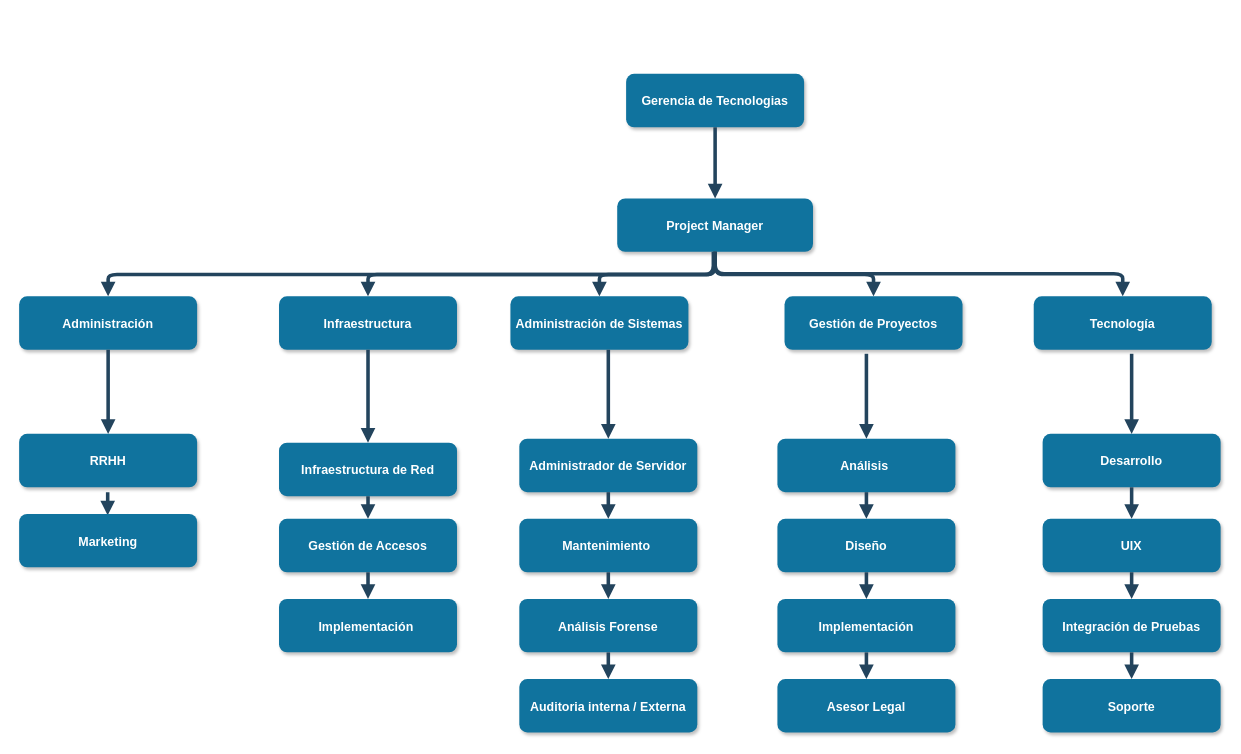
Before: Diagrama sin título.drawio in jramose2/Redes, a draw.io diagram. Source tidied: cells renumbered, new cells numbered last; positions are measured from the earlier drawing's top-left corner, leaving out a move shared by most shapes. Both pictures are drawn from the tidied source at 89%, with x=0, y=0 at pixel (-143, 74).
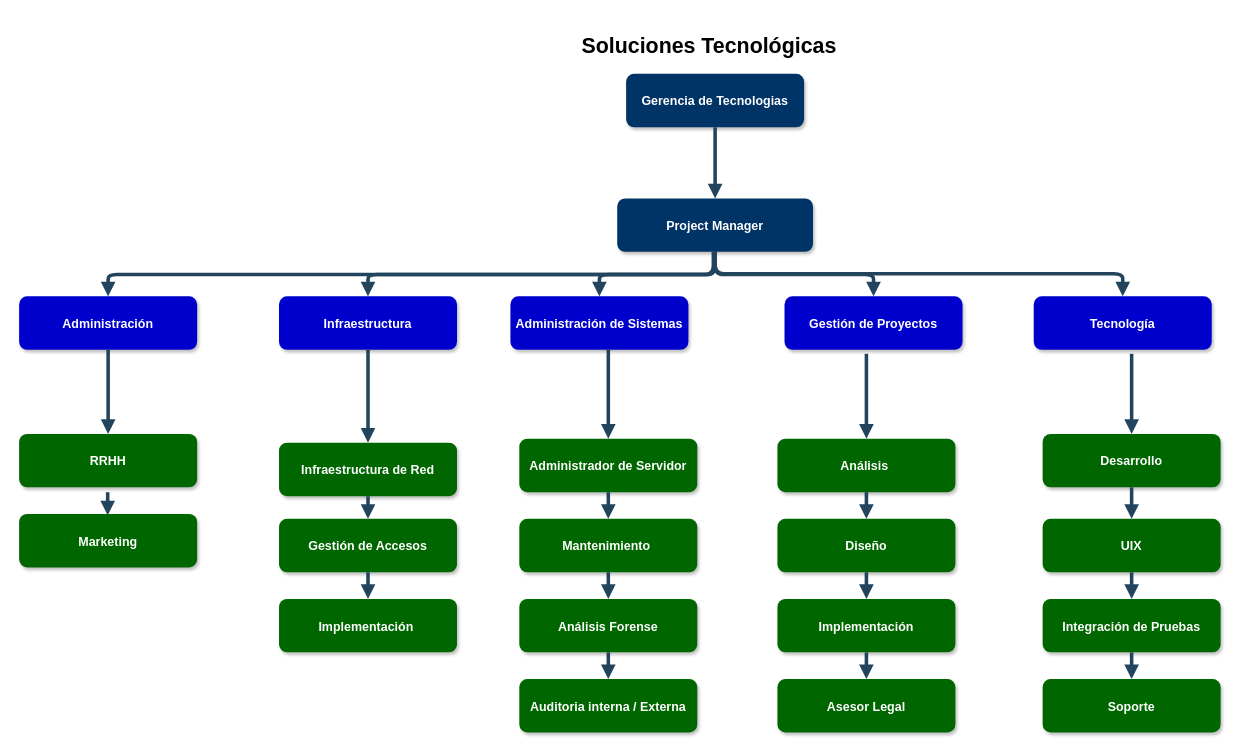
The same diagram, later.

What changed in the source:
```diff
@@
-    <mxCell id="2" value="Gerencia de Tecnologias" style="rounded=1;fillColor=#10739E;strokeColor=none;shadow=1;gradientColor=none;fontStyle=1;fontColor=#FFFFFF;fontSize=14;" parent="1" vertex="1">
+    <mxCell id="2" value="Gerencia de Tecnologias" style="rounded=1;fillColor=#003366;strokeColor=none;shadow=1;gradientColor=none;fontStyle=1;fontColor=#FFFFFF;fontSize=14;" parent="1" vertex="1">
       <mxGeometry x="864" y="-0.5" width="200" height="60" as="geometry" />
     </mxCell>
-    <mxCell id="3" value="Project Manager" style="rounded=1;fillColor=#10739E;strokeColor=none;shadow=1;gradientColor=none;fontStyle=1;fontColor=#FFFFFF;fontSize=14;" parent="1" vertex="1">
+    <mxCell id="3" value="Project Manager" style="rounded=1;fillColor=#003366;strokeColor=none;shadow=1;gradientColor=none;fontStyle=1;fontColor=#FFFFFF;fontSize=14;" parent="1" vertex="1">
       <mxGeometry x="854" y="139.5" width="220" height="60" as="geometry" />
     </mxCell>
-    <mxCell id="4" value="Infraestructura" style="rounded=1;fillColor=#10739E;strokeColor=none;shadow=1;gradientColor=none;fontStyle=1;fontColor=#FFFFFF;fontSize=14;" parent="1" vertex="1">
+    <mxCell id="4" value="Infraestructura" style="rounded=1;fillColor=#0000CC;strokeColor=none;shadow=1;gradientColor=none;fontStyle=1;fontColor=#FFFFFF;fontSize=14;" parent="1" vertex="1">
       <mxGeometry x="474" y="249.5" width="200" height="60" as="geometry" />
     </mxCell>
-    <mxCell id="5" value="Administración de Sistemas" style="rounded=1;fillColor=#10739E;strokeColor=none;shadow=1;gradientColor=none;fontStyle=1;fontColor=#FFFFFF;fontSize=14;" parent="1" vertex="1">
+    <mxCell id="5" value="Administración de Sistemas" style="rounded=1;fillColor=#0000CC;strokeColor=none;shadow=1;gradientColor=none;fontStyle=1;fontColor=#FFFFFF;fontSize=14;" parent="1" vertex="1">
       <mxGeometry x="734" y="249.5" width="200" height="60" as="geometry" />
     </mxCell>
-    <mxCell id="6" value="Gestión de Proyectos" style="rounded=1;fillColor=#10739E;strokeColor=none;shadow=1;gradientColor=none;fontStyle=1;fontColor=#FFFFFF;fontSize=14;" parent="1" vertex="1">
+    <mxCell id="6" value="Gestión de Proyectos" style="rounded=1;fillColor=#0000CC;strokeColor=none;shadow=1;gradientColor=none;fontStyle=1;fontColor=#FFFFFF;fontSize=14;" parent="1" vertex="1">
       <mxGeometry x="1042" y="249.5" width="200" height="60" as="geometry" />
     </mxCell>
-    <mxCell id="7" value="Infraestructura de Red" style="rounded=1;fillColor=#10739E;strokeColor=none;shadow=1;gradientColor=none;fontStyle=1;fontColor=#FFFFFF;fontSize=14;" parent="1" vertex="1">
+    <mxCell id="7" value="Infraestructura de Red" style="rounded=1;fillColor=#006600;strokeColor=none;shadow=1;gradientColor=none;fontStyle=1;fontColor=#FFFFFF;fontSize=14;" parent="1" vertex="1">
       <mxGeometry x="474" y="414" width="200" height="60" as="geometry" />
     </mxCell>
-    <mxCell id="8" value="Gestión de Accesos" style="rounded=1;fillColor=#10739E;strokeColor=none;shadow=1;gradientColor=none;fontStyle=1;fontColor=#FFFFFF;fontSize=14;" parent="1" vertex="1">
+    <mxCell id="8" value="Gestión de Accesos" style="rounded=1;fillColor=#006600;strokeColor=none;shadow=1;gradientColor=none;fontStyle=1;fontColor=#FFFFFF;fontSize=14;" parent="1" vertex="1">
       <mxGeometry x="474" y="499.5" width="200" height="60" as="geometry" />
     </mxCell>
-    <mxCell id="9" value="Implementación " style="rounded=1;fillColor=#10739E;strokeColor=none;shadow=1;gradientColor=none;fontStyle=1;fontColor=#FFFFFF;fontSize=14;" parent="1" vertex="1">
+    <mxCell id="9" value="Implementación " style="rounded=1;fillColor=#006600;strokeColor=none;shadow=1;gradientColor=none;fontStyle=1;fontColor=#FFFFFF;fontSize=14;" parent="1" vertex="1">
       <mxGeometry x="474" y="589.5" width="200" height="60" as="geometry" />
     </mxCell>
-    <mxCell id="10" value="Administrador de Servidor" style="rounded=1;fillColor=#10739E;strokeColor=none;shadow=1;gradientColor=none;fontStyle=1;fontColor=#FFFFFF;fontSize=14;" parent="1" vertex="1">
+    <mxCell id="10" value="Administrador de Servidor" style="rounded=1;fillColor=#006600;strokeColor=none;shadow=1;gradientColor=none;fontStyle=1;fontColor=#FFFFFF;fontSize=14;" parent="1" vertex="1">
       <mxGeometry x="744" y="409.5" width="200" height="60" as="geometry" />
     </mxCell>
-    <mxCell id="11" value="Mantenimiento " style="rounded=1;fillColor=#10739E;strokeColor=none;shadow=1;gradientColor=none;fontStyle=1;fontColor=#FFFFFF;fontSize=14;" parent="1" vertex="1">
+    <mxCell id="11" value="Mantenimiento " style="rounded=1;fillColor=#006600;strokeColor=none;shadow=1;gradientColor=none;fontStyle=1;fontColor=#FFFFFF;fontSize=14;" parent="1" vertex="1">
       <mxGeometry x="744" y="499.5" width="200" height="60" as="geometry" />
     </mxCell>
-    <mxCell id="12" value="Análisis Forense" style="rounded=1;fillColor=#10739E;strokeColor=none;shadow=1;gradientColor=none;fontStyle=1;fontColor=#FFFFFF;fontSize=14;" parent="1" vertex="1">
+    <mxCell id="12" value="Análisis Forense" style="rounded=1;fillColor=#006600;strokeColor=none;shadow=1;gradientColor=none;fontStyle=1;fontColor=#FFFFFF;fontSize=14;" parent="1" vertex="1">
       <mxGeometry x="744" y="589.5" width="200" height="60" as="geometry" />
     </mxCell>
-    <mxCell id="13" value="Auditoria interna / Externa" style="rounded=1;fillColor=#10739E;strokeColor=none;shadow=1;gradientColor=none;fontStyle=1;fontColor=#FFFFFF;fontSize=14;" parent="1" vertex="1">
+    <mxCell id="13" value="Auditoria interna / Externa" style="rounded=1;fillColor=#006600;strokeColor=none;shadow=1;gradientColor=none;fontStyle=1;fontColor=#FFFFFF;fontSize=14;" parent="1" vertex="1">
       <mxGeometry x="744" y="679.5" width="200" height="60" as="geometry" />
     </mxCell>
-    <mxCell id="14" value="Análisis " style="rounded=1;fillColor=#10739E;strokeColor=none;shadow=1;gradientColor=none;fontStyle=1;fontColor=#FFFFFF;fontSize=14;" parent="1" vertex="1">
+    <mxCell id="14" value="Análisis " style="rounded=1;fillColor=#006600;strokeColor=none;shadow=1;gradientColor=none;fontStyle=1;fontColor=#FFFFFF;fontSize=14;" parent="1" vertex="1">
       <mxGeometry x="1034" y="409.5" width="200" height="60" as="geometry" />
     </mxCell>
-    <mxCell id="15" value="Diseño" style="rounded=1;fillColor=#10739E;strokeColor=none;shadow=1;gradientColor=none;fontStyle=1;fontColor=#FFFFFF;fontSize=14;" parent="1" vertex="1">
+    <mxCell id="15" value="Diseño" style="rounded=1;fillColor=#006600;strokeColor=none;shadow=1;gradientColor=none;fontStyle=1;fontColor=#FFFFFF;fontSize=14;" parent="1" vertex="1">
       <mxGeometry x="1034" y="499.5" width="200" height="60" as="geometry" />
     </mxCell>
-    <mxCell id="16" value="Implementación" style="rounded=1;fillColor=#10739E;strokeColor=none;shadow=1;gradientColor=none;fontStyle=1;fontColor=#FFFFFF;fontSize=14;" parent="1" vertex="1">
+    <mxCell id="16" value="Implementación" style="rounded=1;fillColor=#006600;strokeColor=none;shadow=1;gradientColor=none;fontStyle=1;fontColor=#FFFFFF;fontSize=14;" parent="1" vertex="1">
       <mxGeometry x="1034" y="589.5" width="200" height="60" as="geometry" />
     </mxCell>
-    <mxCell id="17" value="Asesor Legal" style="rounded=1;fillColor=#10739E;strokeColor=none;shadow=1;gradientColor=none;fontStyle=1;fontColor=#FFFFFF;fontSize=14;" parent="1" vertex="1">
+    <mxCell id="17" value="Asesor Legal" style="rounded=1;fillColor=#006600;strokeColor=none;shadow=1;gradientColor=none;fontStyle=1;fontColor=#FFFFFF;fontSize=14;" parent="1" vertex="1">
       <mxGeometry x="1034" y="679.5" width="200" height="60" as="geometry" />
     </mxCell>
-    <mxCell id="18" value="Desarrollo" style="rounded=1;fillColor=#10739E;strokeColor=none;shadow=1;gradientColor=none;fontStyle=1;fontColor=#FFFFFF;fontSize=14;" parent="1" vertex="1">
+    <mxCell id="18" value="Desarrollo" style="rounded=1;fillColor=#006600;strokeColor=none;shadow=1;gradientColor=none;fontStyle=1;fontColor=#FFFFFF;fontSize=14;" parent="1" vertex="1">
       <mxGeometry x="1332" y="404" width="200" height="60" as="geometry" />
     </mxCell>
-    <mxCell id="19" value="UIX" style="rounded=1;fillColor=#10739E;strokeColor=none;shadow=1;gradientColor=none;fontStyle=1;fontColor=#FFFFFF;fontSize=14;" parent="1" vertex="1">
+    <mxCell id="19" value="UIX" style="rounded=1;fillColor=#006600;strokeColor=none;shadow=1;gradientColor=none;fontStyle=1;fontColor=#FFFFFF;fontSize=14;" parent="1" vertex="1">
       <mxGeometry x="1332" y="499.5" width="200" height="60" as="geometry" />
     </mxCell>
-    <mxCell id="20" value="Integración de Pruebas" style="rounded=1;fillColor=#10739E;strokeColor=none;shadow=1;gradientColor=none;fontStyle=1;fontColor=#FFFFFF;fontSize=14;" parent="1" vertex="1">
+    <mxCell id="20" value="Integración de Pruebas" style="rounded=1;fillColor=#006600;strokeColor=none;shadow=1;gradientColor=none;fontStyle=1;fontColor=#FFFFFF;fontSize=14;" parent="1" vertex="1">
       <mxGeometry x="1332" y="589.5" width="200" height="60" as="geometry" />
     </mxCell>
-    <mxCell id="21" value="Soporte" style="rounded=1;fillColor=#10739E;strokeColor=none;shadow=1;gradientColor=none;fontStyle=1;fontColor=#FFFFFF;fontSize=14;" parent="1" vertex="1">
+    <mxCell id="21" value="Soporte" style="rounded=1;fillColor=#006600;strokeColor=none;shadow=1;gradientColor=none;fontStyle=1;fontColor=#FFFFFF;fontSize=14;" parent="1" vertex="1">
       <mxGeometry x="1332" y="679.5" width="200" height="60" as="geometry" />
     </mxCell>
-    <mxCell id="22" style="edgeStyle=elbowEdgeStyle;elbow=vertical;strokeWidth=4;endArrow=block;endFill=1;fontStyle=1;strokeColor=#23445D;" parent="1" edge="1" source="2" target="3">
+    <mxCell id="22" style="edgeStyle=elbowEdgeStyle;elbow=vertical;strokeWidth=4;endArrow=block;endFill=1;fontStyle=1;strokeColor=#23445D;fillColor=#003366;" parent="1" edge="1" source="2" target="3">
       <mxGeometry x="22" y="165.5" as="geometry" />
     </mxCell>
-    <mxCell id="23" style="edgeStyle=elbowEdgeStyle;elbow=vertical;strokeWidth=4;endArrow=block;endFill=1;fontStyle=1;strokeColor=#23445D;" parent="1" edge="1" source="3" target="5">
+    <mxCell id="23" style="edgeStyle=elbowEdgeStyle;elbow=vertical;strokeWidth=4;endArrow=block;endFill=1;fontStyle=1;strokeColor=#23445D;fillColor=#006600;" parent="1" edge="1" source="3" target="5">
       <mxGeometry x="22" y="165.5" as="geometry" />
     </mxCell>
-    <mxCell id="24" style="edgeStyle=elbowEdgeStyle;elbow=vertical;strokeWidth=4;endArrow=block;endFill=1;fontStyle=1;strokeColor=#23445D;" parent="1" edge="1" source="3" target="4">
+    <mxCell id="24" style="edgeStyle=elbowEdgeStyle;elbow=vertical;strokeWidth=4;endArrow=block;endFill=1;fontStyle=1;strokeColor=#23445D;fillColor=#006600;" parent="1" edge="1" source="3" target="4">
       <mxGeometry x="22" y="165.5" as="geometry" />
     </mxCell>
-    <mxCell id="25" style="edgeStyle=elbowEdgeStyle;elbow=vertical;strokeWidth=4;endArrow=block;endFill=1;fontStyle=1;strokeColor=#23445D;" parent="1" edge="1" source="3" target="6">
+    <mxCell id="25" style="edgeStyle=elbowEdgeStyle;elbow=vertical;strokeWidth=4;endArrow=block;endFill=1;fontStyle=1;strokeColor=#23445D;fillColor=#006600;" parent="1" edge="1" source="3" target="6">
       <mxGeometry x="22" y="165.5" as="geometry" />
     </mxCell>
-    <mxCell id="26" style="edgeStyle=elbowEdgeStyle;elbow=vertical;strokeWidth=4;endArrow=block;endFill=1;fontStyle=1;strokeColor=#23445D;exitX=0.5;exitY=1;exitDx=0;exitDy=0;entryX=0.5;entryY=0;entryDx=0;entryDy=0;" parent="1" edge="1" source="4" target="7">
+    <mxCell id="26" style="edgeStyle=elbowEdgeStyle;elbow=vertical;strokeWidth=4;endArrow=block;endFill=1;fontStyle=1;strokeColor=#23445D;exitX=0.5;exitY=1;exitDx=0;exitDy=0;entryX=0.5;entryY=0;entryDx=0;entryDy=0;fillColor=#006600;" parent="1" edge="1" source="4" target="7">
       <mxGeometry x="22" y="165.5" as="geometry">
         <Array as="points">
           <mxPoint x="564" y="354" />
         </Array>
       </mxGeometry>
     </mxCell>
-    <mxCell id="27" style="edgeStyle=elbowEdgeStyle;elbow=vertical;strokeWidth=4;endArrow=block;endFill=1;fontStyle=1;strokeColor=#23445D;entryX=0.5;entryY=0;entryDx=0;entryDy=0;" parent="1" edge="1" target="18">
+    <mxCell id="27" style="edgeStyle=elbowEdgeStyle;elbow=vertical;strokeWidth=4;endArrow=block;endFill=1;fontStyle=1;strokeColor=#23445D;entryX=0.5;entryY=0;entryDx=0;entryDy=0;fillColor=#006600;" parent="1" edge="1" target="18">
       <mxGeometry x="22" y="165.5" as="geometry">
         <mxPoint x="1432" y="314" as="sourcePoint" />
         <Array as="points">
           <mxPoint x="1422" y="354" />
           <mxPoint x="1442" y="334" />
         </Array>
       </mxGeometry>
     </mxCell>
-    <mxCell id="28" style="edgeStyle=elbowEdgeStyle;elbow=vertical;strokeWidth=4;endArrow=block;endFill=1;fontStyle=1;strokeColor=#23445D;" parent="1" edge="1" source="7" target="8">
+    <mxCell id="28" style="edgeStyle=elbowEdgeStyle;elbow=vertical;strokeWidth=4;endArrow=block;endFill=1;fontStyle=1;strokeColor=#23445D;fillColor=#006600;" parent="1" edge="1" source="7" target="8">
       <mxGeometry x="62" y="165.5" as="geometry" />
     </mxCell>
-    <mxCell id="29" style="edgeStyle=elbowEdgeStyle;elbow=vertical;strokeWidth=4;endArrow=block;endFill=1;fontStyle=1;strokeColor=#23445D;" parent="1" edge="1" source="8" target="9">
+    <mxCell id="29" style="edgeStyle=elbowEdgeStyle;elbow=vertical;strokeWidth=4;endArrow=block;endFill=1;fontStyle=1;strokeColor=#23445D;fillColor=#006600;" parent="1" edge="1" source="8" target="9">
       <mxGeometry x="62" y="175.5" as="geometry" />
     </mxCell>
-    <mxCell id="30" style="edgeStyle=elbowEdgeStyle;elbow=vertical;strokeWidth=4;endArrow=block;endFill=1;fontStyle=1;strokeColor=#23445D;" parent="1" edge="1" source="10" target="11">
+    <mxCell id="30" style="edgeStyle=elbowEdgeStyle;elbow=vertical;strokeWidth=4;endArrow=block;endFill=1;fontStyle=1;strokeColor=#23445D;fillColor=#006600;" parent="1" edge="1" source="10" target="11">
       <mxGeometry x="62" y="165.5" as="geometry" />
     </mxCell>
-    <mxCell id="31" style="edgeStyle=elbowEdgeStyle;elbow=vertical;strokeWidth=4;endArrow=block;endFill=1;fontStyle=1;strokeColor=#23445D;" parent="1" edge="1" source="11" target="12">
+    <mxCell id="31" style="edgeStyle=elbowEdgeStyle;elbow=vertical;strokeWidth=4;endArrow=block;endFill=1;fontStyle=1;strokeColor=#23445D;fillColor=#006600;" parent="1" edge="1" source="11" target="12">
       <mxGeometry x="62" y="175.5" as="geometry" />
     </mxCell>
-    <mxCell id="32" style="edgeStyle=elbowEdgeStyle;elbow=vertical;strokeWidth=4;endArrow=block;endFill=1;fontStyle=1;strokeColor=#23445D;" parent="1" edge="1" source="12" target="13">
+    <mxCell id="32" style="edgeStyle=elbowEdgeStyle;elbow=vertical;strokeWidth=4;endArrow=block;endFill=1;fontStyle=1;strokeColor=#23445D;fillColor=#006600;" parent="1" edge="1" source="12" target="13">
       <mxGeometry x="62" y="185.5" as="geometry" />
     </mxCell>
-    <mxCell id="33" style="edgeStyle=elbowEdgeStyle;elbow=vertical;strokeWidth=4;endArrow=block;endFill=1;fontStyle=1;strokeColor=#23445D;" parent="1" edge="1" source="14" target="15">
+    <mxCell id="33" style="edgeStyle=elbowEdgeStyle;elbow=vertical;strokeWidth=4;endArrow=block;endFill=1;fontStyle=1;strokeColor=#23445D;fillColor=#006600;" parent="1" edge="1" source="14" target="15">
       <mxGeometry x="72" y="165.5" as="geometry" />
     </mxCell>
-    <mxCell id="34" style="edgeStyle=elbowEdgeStyle;elbow=vertical;strokeWidth=4;endArrow=block;endFill=1;fontStyle=1;strokeColor=#23445D;" parent="1" edge="1" source="15" target="16">
+    <mxCell id="34" style="edgeStyle=elbowEdgeStyle;elbow=vertical;strokeWidth=4;endArrow=block;endFill=1;fontStyle=1;strokeColor=#23445D;fillColor=#006600;" parent="1" edge="1" source="15" target="16">
       <mxGeometry x="72" y="175.5" as="geometry" />
     </mxCell>
-    <mxCell id="35" style="edgeStyle=elbowEdgeStyle;elbow=vertical;strokeWidth=4;endArrow=block;endFill=1;fontStyle=1;strokeColor=#23445D;entryX=0.5;entryY=0;entryDx=0;entryDy=0;" parent="1" edge="1" source="16" target="17">
+    <mxCell id="35" style="edgeStyle=elbowEdgeStyle;elbow=vertical;strokeWidth=4;endArrow=block;endFill=1;fontStyle=1;strokeColor=#23445D;entryX=0.5;entryY=0;entryDx=0;entryDy=0;fillColor=#006600;" parent="1" edge="1" source="16" target="17">
       <mxGeometry x="72" y="185.5" as="geometry" />
     </mxCell>
-    <mxCell id="36" style="edgeStyle=elbowEdgeStyle;elbow=vertical;strokeWidth=4;endArrow=block;endFill=1;fontStyle=1;strokeColor=#23445D;" parent="1" edge="1" source="18" target="19">
+    <mxCell id="36" style="edgeStyle=elbowEdgeStyle;elbow=vertical;strokeWidth=4;endArrow=block;endFill=1;fontStyle=1;strokeColor=#23445D;fillColor=#006600;" parent="1" edge="1" source="18" target="19">
       <mxGeometry x="72" y="165.5" as="geometry" />
     </mxCell>
-    <mxCell id="37" style="edgeStyle=elbowEdgeStyle;elbow=vertical;strokeWidth=4;endArrow=block;endFill=1;fontStyle=1;strokeColor=#23445D;" parent="1" edge="1" source="19">
+    <mxCell id="37" style="edgeStyle=elbowEdgeStyle;elbow=vertical;strokeWidth=4;endArrow=block;endFill=1;fontStyle=1;strokeColor=#23445D;fillColor=#006600;" parent="1" edge="1" source="19">
       <mxGeometry x="72" y="175.5" as="geometry">
         <mxPoint x="1432" y="589.5" as="targetPoint" />
       </mxGeometry>
     </mxCell>
-    <mxCell id="38" style="edgeStyle=elbowEdgeStyle;elbow=vertical;strokeWidth=4;endArrow=block;endFill=1;fontStyle=1;strokeColor=#23445D;" parent="1" edge="1" source="20" target="21">
+    <mxCell id="38" style="edgeStyle=elbowEdgeStyle;elbow=vertical;strokeWidth=4;endArrow=block;endFill=1;fontStyle=1;strokeColor=#23445D;fillColor=#006600;" parent="1" edge="1" source="20" target="21">
       <mxGeometry x="72" y="195.5" as="geometry" />
     </mxCell>
-    <mxCell id="39" style="edgeStyle=elbowEdgeStyle;elbow=vertical;strokeWidth=4;endArrow=block;endFill=1;fontStyle=1;strokeColor=#23445D;" parent="1" edge="1" source="5" target="10">
+    <mxCell id="39" style="edgeStyle=elbowEdgeStyle;elbow=vertical;strokeWidth=4;endArrow=block;endFill=1;fontStyle=1;strokeColor=#23445D;fillColor=#006600;" parent="1" edge="1" source="5" target="10">
       <mxGeometry x="22" y="165.5" as="geometry">
         <Array as="points">
           <mxPoint x="844" y="349.5" />
         </Array>
       </mxGeometry>
     </mxCell>
-    <mxCell id="40" style="edgeStyle=elbowEdgeStyle;elbow=vertical;strokeWidth=4;endArrow=block;endFill=1;fontStyle=1;strokeColor=#23445D;entryX=0.5;entryY=0;entryDx=0;entryDy=0;" parent="1" edge="1" target="14">
+    <mxCell id="40" style="edgeStyle=elbowEdgeStyle;elbow=vertical;strokeWidth=4;endArrow=block;endFill=1;fontStyle=1;strokeColor=#23445D;entryX=0.5;entryY=0;entryDx=0;entryDy=0;fillColor=#006600;" parent="1" edge="1" target="14">
       <mxGeometry x="22" y="165.5" as="geometry">
         <mxPoint x="1134" y="314" as="sourcePoint" />
         <Array as="points">
           <mxPoint x="1134" y="349.5" />
         </Array>
       </mxGeometry>
     </mxCell>
-    <mxCell id="41" value="Tecnología" style="rounded=1;fillColor=#10739E;strokeColor=none;shadow=1;gradientColor=none;fontStyle=1;fontColor=#FFFFFF;fontSize=14;" parent="1" vertex="1">
+    <mxCell id="41" value="Tecnología" style="rounded=1;fillColor=#0000CC;strokeColor=none;shadow=1;gradientColor=none;fontStyle=1;fontColor=#FFFFFF;fontSize=14;" parent="1" vertex="1">
       <mxGeometry x="1322" y="249.5" width="200" height="60" as="geometry" />
     </mxCell>
-    <mxCell id="42" style="edgeStyle=elbowEdgeStyle;elbow=vertical;strokeWidth=4;endArrow=block;endFill=1;fontStyle=1;strokeColor=#23445D;entryX=0.5;entryY=0;entryDx=0;entryDy=0;exitX=0.5;exitY=1;exitDx=0;exitDy=0;" parent="1" edge="1" source="3" target="41">
+    <mxCell id="42" style="edgeStyle=elbowEdgeStyle;elbow=vertical;strokeWidth=4;endArrow=block;endFill=1;fontStyle=1;strokeColor=#23445D;entryX=0.5;entryY=0;entryDx=0;entryDy=0;exitX=0.5;exitY=1;exitDx=0;exitDy=0;fillColor=#006600;" parent="1" edge="1" source="3" target="41">
       <mxGeometry x="32" y="175.5" as="geometry">
         <Array as="points">
           <mxPoint x="1192" y="224" />
         </Array>
       </mxGeometry>
     </mxCell>
-    <mxCell id="43" style="edgeStyle=elbowEdgeStyle;elbow=vertical;strokeWidth=4;endArrow=block;endFill=1;fontStyle=1;strokeColor=#23445D;entryX=0.5;entryY=0;entryDx=0;entryDy=0;" parent="1" edge="1" target="44">
+    <mxCell id="43" style="edgeStyle=elbowEdgeStyle;elbow=vertical;strokeWidth=4;endArrow=block;endFill=1;fontStyle=1;strokeColor=#23445D;entryX=0.5;entryY=0;entryDx=0;entryDy=0;fillColor=#006600;" parent="1" edge="1" target="44">
       <mxGeometry x="-40" y="140.5" as="geometry">
         <mxPoint x="962" y="199.5" as="sourcePoint" />
       </mxGeometry>
     </mxCell>
-    <mxCell id="44" value="Administración" style="rounded=1;fillColor=#10739E;strokeColor=none;shadow=1;gradientColor=none;fontStyle=1;fontColor=#FFFFFF;fontSize=14;" parent="1" vertex="1">
+    <mxCell id="44" value="Administración" style="rounded=1;fillColor=#0000CC;strokeColor=none;shadow=1;gradientColor=none;fontStyle=1;fontColor=#FFFFFF;fontSize=14;" parent="1" vertex="1">
       <mxGeometry x="182" y="249.5" width="200" height="60" as="geometry" />
     </mxCell>
-    <mxCell id="45" style="edgeStyle=elbowEdgeStyle;elbow=vertical;strokeWidth=4;endArrow=block;endFill=1;fontStyle=1;strokeColor=#23445D;entryX=0.5;entryY=0;entryDx=0;entryDy=0;exitX=0.5;exitY=1;exitDx=0;exitDy=0;" parent="1" edge="1" source="44" target="46">
+    <mxCell id="45" style="edgeStyle=elbowEdgeStyle;elbow=vertical;strokeWidth=4;endArrow=block;endFill=1;fontStyle=1;strokeColor=#23445D;entryX=0.5;entryY=0;entryDx=0;entryDy=0;exitX=0.5;exitY=1;exitDx=0;exitDy=0;fillColor=#006600;" parent="1" edge="1" source="44" target="46">
       <mxGeometry x="-310" y="189.5" as="geometry">
         <Array as="points">
           <mxPoint x="232" y="378" />
         </Array>
       </mxGeometry>
     </mxCell>
-    <mxCell id="46" value="RRHH" style="rounded=1;fillColor=#10739E;strokeColor=none;shadow=1;gradientColor=none;fontStyle=1;fontColor=#FFFFFF;fontSize=14;" parent="1" vertex="1">
+    <mxCell id="46" value="RRHH" style="rounded=1;fillColor=#006600;strokeColor=none;shadow=1;gradientColor=none;fontStyle=1;fontColor=#FFFFFF;fontSize=14;" parent="1" vertex="1">
       <mxGeometry x="182" y="404" width="200" height="60" as="geometry" />
     </mxCell>
-    <mxCell id="47" style="edgeStyle=elbowEdgeStyle;elbow=vertical;strokeWidth=4;endArrow=block;endFill=1;fontStyle=1;strokeColor=#23445D;" parent="1" edge="1">
+    <mxCell id="47" style="edgeStyle=elbowEdgeStyle;elbow=vertical;strokeWidth=4;endArrow=block;endFill=1;fontStyle=1;strokeColor=#23445D;fillColor=#006600;" parent="1" edge="1">
       <mxGeometry x="-230.5" y="161" as="geometry">
         <mxPoint x="281.5" y="469.5" as="sourcePoint" />
         <mxPoint x="281.5" y="495.5" as="targetPoint" />
         <Array as="points">
           <mxPoint x="-0.5" y="482.5" />
         </Array>
       </mxGeometry>
     </mxCell>
-    <mxCell id="48" value="Marketing" style="rounded=1;fillColor=#10739E;strokeColor=none;shadow=1;gradientColor=none;fontStyle=1;fontColor=#FFFFFF;fontSize=14;" parent="1" vertex="1">
+    <mxCell id="48" value="Marketing" style="rounded=1;fillColor=#006600;strokeColor=none;shadow=1;gradientColor=none;fontStyle=1;fontColor=#FFFFFF;fontSize=14;" parent="1" vertex="1">
       <mxGeometry x="182" y="494" width="200" height="60" as="geometry" />
     </mxCell>
+    <mxCell id="49" value="&lt;h1&gt;&lt;b&gt;&lt;font style=&quot;font-size: 24px;&quot;&gt;Soluciones Tecnológicas&lt;/font&gt;&lt;/b&gt;&lt;/h1&gt;" style="text;html=1;align=center;verticalAlign=middle;strokeColor=none;fillColor=none;" parent="1" vertex="1">
+      <mxGeometry x="802" y="-66" width="310" height="70" as="geometry" />
+    </mxCell>
```
